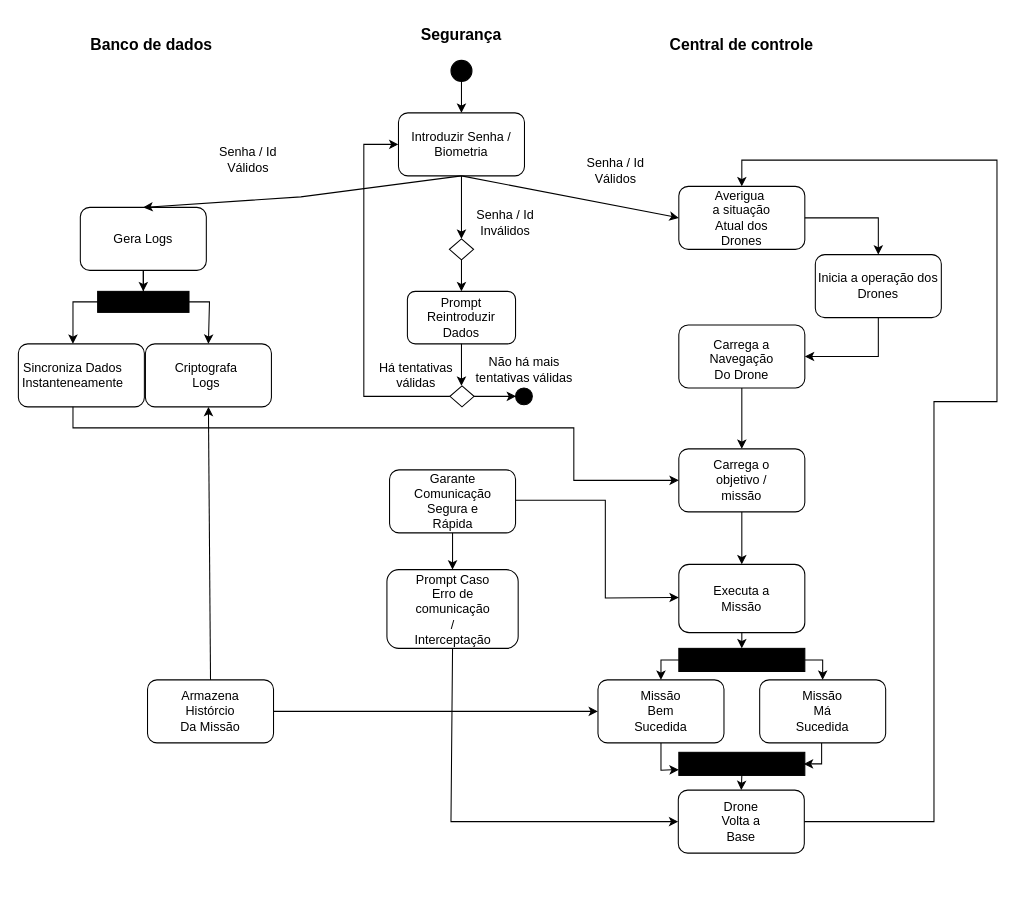
Before: Diagrama sem nome.drawio in GrupoProjeto021/UML-Classroom-FCI, a draw.io diagram. Source tidied: cells renumbered, new cells numbered last; positions are measured from the earlier drawing's top-left corner, leaving out a move shared by most shapes. Both pictures are drawn from the tidied source at 105%, with x=0, y=0 at pixel (18, 18).
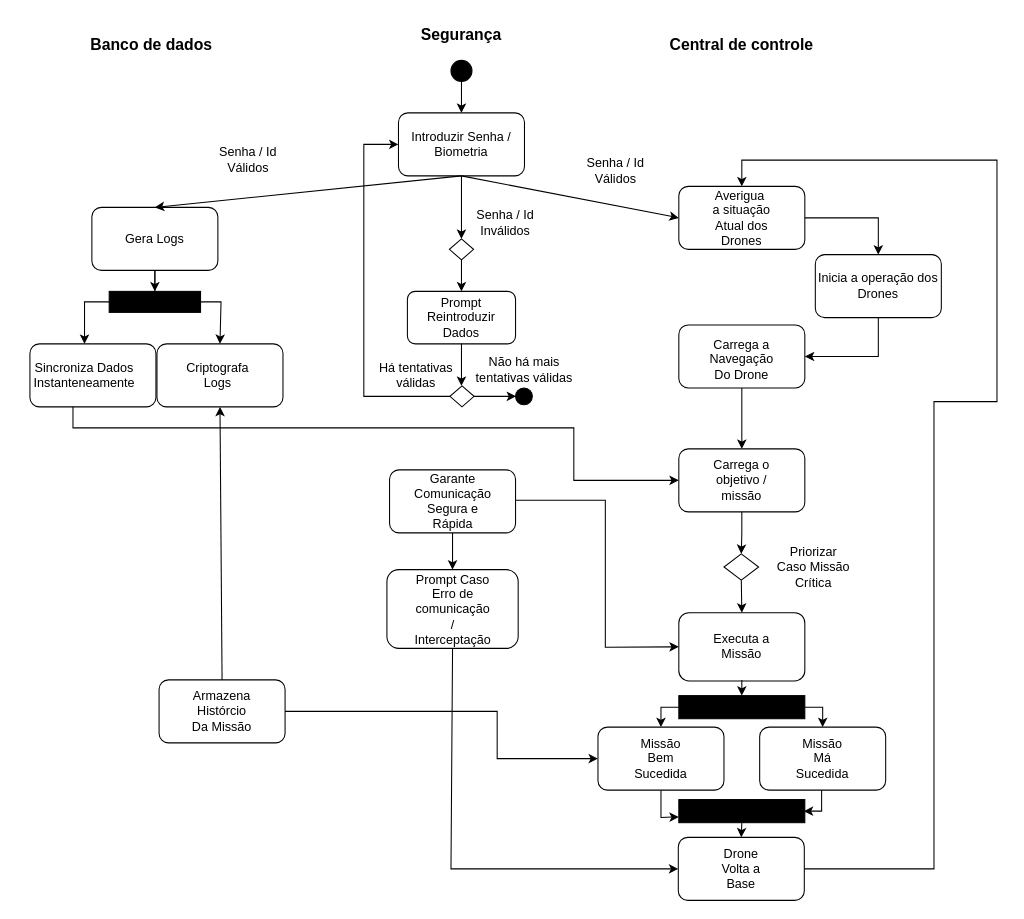
After the change.

Commit message:
Actualizar Diagrama de Atividades.drawio

The change refers to these unchanged cells:
```xml
<mxCell id="4" value="Introduzir Senha / Biometria" style="rounded=1;whiteSpace=wrap;html=1;" parent="1" vertex="1">
  <mxGeometry x="362" y="90" width="120" height="60" as="geometry" />
</mxCell>
<mxCell id="36" style="rounded=1;whiteSpace=wrap;html=1;" parent="1" vertex="1">
  <mxGeometry x="629" y="410" width="120" height="60" as="geometry" />
</mxCell>
<mxCell id="41" style="rounded=1;whiteSpace=wrap;html=1;" parent="1" vertex="1">
  <mxGeometry x="629" y="160" width="120" height="60" as="geometry" />
</mxCell>
<mxCell id="50" style="rounded=1;whiteSpace=wrap;html=1;" parent="1" vertex="1">
  <mxGeometry x="351" y="525" width="125" height="75" as="geometry" />
</mxCell>
```

The edit, as a diff of the source:
```diff
@@
     <mxCell id="9" style="rounded=1;whiteSpace=wrap;html=1;" parent="1" vertex="1">
-      <mxGeometry x="59" y="180" width="120" height="60" as="geometry" />
+      <mxGeometry x="70" y="180" width="120" height="60" as="geometry" />
     </mxCell>
     <mxCell id="10" value="Gera Logs" style="text;html=1;align=center;verticalAlign=middle;whiteSpace=wrap;rounded=0;" parent="1" vertex="1">
-      <mxGeometry x="89" y="195" width="60" height="30" as="geometry" />
+      <mxGeometry x="100" y="195" width="60" height="30" as="geometry" />
     </mxCell>
     <mxCell id="11" style="rounded=1;whiteSpace=wrap;html=1;" parent="1" vertex="1">
-      <mxGeometry x="121" y="310" width="120" height="60" as="geometry" />
+      <mxGeometry x="132" y="310" width="120" height="60" as="geometry" />
     </mxCell>
     <mxCell id="12" value="Criptografa Logs" style="text;html=1;align=center;verticalAlign=middle;whiteSpace=wrap;rounded=0;" parent="1" vertex="1">
-      <mxGeometry x="149" y="325" width="60" height="30" as="geometry" />
+      <mxGeometry x="160" y="325" width="60" height="30" as="geometry" />
     </mxCell>
     <mxCell id="13" style="rounded=1;whiteSpace=wrap;html=1;" parent="1" vertex="1">
-      <mxGeometry y="310" width="120" height="60" as="geometry" />
+      <mxGeometry x="11" y="310" width="120" height="60" as="geometry" />
     </mxCell>
@@
     <mxCell id="16" value="Sincroniza Dados Instanteneamente" style="text;html=1;align=center;verticalAlign=middle;whiteSpace=wrap;rounded=0;" parent="1" vertex="1">
-      <mxGeometry x="22" y="325" width="60" height="30" as="geometry" />
+      <mxGeometry x="33" y="325" width="60" height="30" as="geometry" />
     </mxCell>
     <mxCell id="17" style="endArrow=classic;html=1;rounded=0;exitX=0.5;exitY=1;exitDx=0;exitDy=0;entryX=0.5;entryY=0;entryDx=0;entryDy=0;" parent="1" edge="1" source="4" target="9">
-      <mxGeometry relative="1" as="geometry">
-        <Array as="points">
-          <mxPoint x="269" y="170" />
-        </Array>
-      </mxGeometry>
+      <mxGeometry relative="1" as="geometry" />
     </mxCell>
@@
     <mxCell id="33" style="endArrow=classic;html=1;rounded=0;exitX=0.5;exitY=1;exitDx=0;exitDy=0;entryX=0.5;entryY=0;entryDx=0;entryDy=0;" parent="1" edge="1" source="66">
       <mxGeometry relative="1" as="geometry">
-        <mxPoint x="52" y="310" as="targetPoint" />
+        <mxPoint x="63" y="310" as="targetPoint" />
         <Array as="points">
-          <mxPoint x="119" y="270" />
-          <mxPoint x="52" y="270" />
+          <mxPoint x="130" y="270" />
+          <mxPoint x="63" y="270" />
         </Array>
       </mxGeometry>
     </mxCell>
@@
+    <mxCell id="77" style="edgeStyle=orthogonalEdgeStyle;rounded=0;jettySize=auto;html=1;exitX=0.5;exitY=1;exitDx=0;exitDy=0;entryX=0.5;entryY=0;entryDx=0;entryDy=0;" parent="1" edge="1" source="36" target="79">
+      <mxGeometry relative="1" as="geometry" />
+    </mxCell>
@@
-    <mxCell id="39" style="endArrow=classic;html=1;rounded=0;exitX=0.5;exitY=1;exitDx=0;exitDy=0;entryX=0.5;entryY=0;entryDx=0;entryDy=0;" parent="1" edge="1" source="36" target="40">
-      <mxGeometry relative="1" as="geometry" />
-    </mxCell>
     <mxCell id="40" style="rounded=1;whiteSpace=wrap;html=1;" parent="1" vertex="1">
-      <mxGeometry x="629" y="520" width="120" height="65" as="geometry" />
+      <mxGeometry x="629" y="566" width="120" height="65" as="geometry" />
     </mxCell>
@@
     <mxCell id="46" value="Executa a Missão" style="text;html=1;align=center;verticalAlign=middle;whiteSpace=wrap;rounded=0;" parent="1" vertex="1">
-      <mxGeometry x="659" y="538" width="60" height="30" as="geometry" />
+      <mxGeometry x="659" y="583" width="60" height="30" as="geometry" />
     </mxCell>
@@
-    <mxCell id="49" style="endArrow=classic;html=1;rounded=0;exitX=1;exitY=0.5;exitDx=0;exitDy=0;entryX=0;entryY=0.5;entryDx=0;entryDy=0;" parent="1" edge="1">
+    <mxCell id="49" style="endArrow=classic;html=1;rounded=0;exitX=1;exitY=0.5;exitDx=0;exitDy=0;entryX=0;entryY=0.5;entryDx=0;entryDy=0;" parent="1" edge="1" target="40">
       <mxGeometry relative="1" as="geometry">
         <mxPoint x="473.5" y="459" as="sourcePoint" />
-        <mxPoint x="629" y="551.5" as="targetPoint" />
         <Array as="points">
           <mxPoint x="559" y="459" />
-          <mxPoint x="559" y="552" />
+          <mxPoint x="559" y="599" />
         </Array>
       </mxGeometry>
     </mxCell>
@@
     <mxCell id="53" style="rounded=1;whiteSpace=wrap;html=1;" parent="1" vertex="1">
-      <mxGeometry x="628.5" y="735" width="120" height="60" as="geometry" />
+      <mxGeometry x="628.5" y="780" width="120" height="60" as="geometry" />
     </mxCell>
     <mxCell id="54" value="Drone Volta a Base" style="text;html=1;align=center;verticalAlign=middle;whiteSpace=wrap;rounded=0;" parent="1" vertex="1">
-      <mxGeometry x="662" y="750" width="53" height="30" as="geometry" />
+      <mxGeometry x="662" y="795" width="53" height="30" as="geometry" />
     </mxCell>
     <mxCell id="55" style="endArrow=classic;html=1;rounded=0;exitX=0.5;exitY=1;exitDx=0;exitDy=0;entryX=0;entryY=0.5;entryDx=0;entryDy=0;" parent="1" edge="1" source="50" target="53">
       <mxGeometry relative="1" as="geometry">
         <Array as="points">
-          <mxPoint x="412" y="765" />
+          <mxPoint x="412" y="810" />
         </Array>
       </mxGeometry>
     </mxCell>
     <mxCell id="56" style="rounded=1;whiteSpace=wrap;html=1;" parent="1" vertex="1">
-      <mxGeometry x="552" y="630" width="120" height="60" as="geometry" />
+      <mxGeometry x="552" y="675" width="120" height="60" as="geometry" />
     </mxCell>
     <mxCell id="57" value="Missão Bem Sucedida" style="text;html=1;align=center;verticalAlign=middle;whiteSpace=wrap;rounded=0;" parent="1" vertex="1">
-      <mxGeometry x="582" y="645" width="60" height="30" as="geometry" />
+      <mxGeometry x="582" y="690" width="60" height="30" as="geometry" />
     </mxCell>
     <mxCell id="58" style="rounded=1;whiteSpace=wrap;html=1;" parent="1" vertex="1">
-      <mxGeometry x="706" y="630" width="120" height="60" as="geometry" />
+      <mxGeometry x="706" y="675" width="120" height="60" as="geometry" />
     </mxCell>
     <mxCell id="59" value="Missão&lt;br&gt;Má&lt;div&gt;Sucedida&lt;/div&gt;" style="text;html=1;align=center;verticalAlign=middle;whiteSpace=wrap;rounded=0;" parent="1" vertex="1">
-      <mxGeometry x="736" y="645" width="60" height="30" as="geometry" />
+      <mxGeometry x="736" y="690" width="60" height="30" as="geometry" />
     </mxCell>
     <mxCell id="60" style="rounded=1;whiteSpace=wrap;html=1;" parent="1" vertex="1">
-      <mxGeometry x="123" y="630" width="120" height="60" as="geometry" />
+      <mxGeometry x="134" y="630" width="120" height="60" as="geometry" />
     </mxCell>
     <mxCell id="61" value="Armazena Histórcio Da Missão" style="text;html=1;align=center;verticalAlign=middle;whiteSpace=wrap;rounded=0;" parent="1" vertex="1">
-      <mxGeometry x="153" y="645" width="60" height="30" as="geometry" />
+      <mxGeometry x="164" y="645" width="60" height="30" as="geometry" />
     </mxCell>
     <mxCell id="62" style="endArrow=classic;html=1;rounded=0;exitX=1;exitY=0.5;exitDx=0;exitDy=0;entryX=0;entryY=0.5;entryDx=0;entryDy=0;" parent="1" edge="1" source="60" target="56">
-      <mxGeometry relative="1" as="geometry" />
+      <mxGeometry relative="1" as="geometry">
+        <Array as="points">
+          <mxPoint x="456" y="660" />
+          <mxPoint x="456" y="705" />
+        </Array>
+      </mxGeometry>
     </mxCell>
     <mxCell id="63" style="endArrow=classic;html=1;rounded=0;exitX=1;exitY=0.5;exitDx=0;exitDy=0;entryX=0.5;entryY=0;entryDx=0;entryDy=0;" parent="1" edge="1" source="53" target="41">
       <mxGeometry relative="1" as="geometry">
         <Array as="points">
-          <mxPoint x="872" y="765" />
+          <mxPoint x="872" y="810" />
           <mxPoint x="872" y="365" />
           <mxPoint x="932" y="365" />
           <mxPoint x="932" y="135" />
           <mxPoint x="812" y="135" />
           <mxPoint x="689" y="135" />
         </Array>
       </mxGeometry>
     </mxCell>
     <mxCell id="64" style="endArrow=classic;html=1;rounded=0;exitX=0.5;exitY=1;exitDx=0;exitDy=0;entryX=0.5;entryY=0;entryDx=0;entryDy=0;" parent="1" edge="1" source="9" target="66">
       <mxGeometry relative="1" as="geometry">
         <Array as="points">
-          <mxPoint x="119" y="270" />
+          <mxPoint x="130" y="270" />
         </Array>
       </mxGeometry>
     </mxCell>
@@
     <mxCell id="66" style="rounded=0;whiteSpace=wrap;html=1;fillColor=#000000;" parent="1" vertex="1">
-      <mxGeometry x="75.5" y="260" width="87" height="20" as="geometry" />
+      <mxGeometry x="86.5" y="260" width="87" height="20" as="geometry" />
     </mxCell>
     <mxCell id="67" style="endArrow=classic;html=1;rounded=0;exitX=1;exitY=0.5;exitDx=0;exitDy=0;entryX=0.5;entryY=0;entryDx=0;entryDy=0;" parent="1" edge="1" source="66" target="11">
       <mxGeometry relative="1" as="geometry">
         <Array as="points">
-          <mxPoint x="182" y="270" />
+          <mxPoint x="193" y="270" />
         </Array>
       </mxGeometry>
     </mxCell>
     <mxCell id="68" style="rounded=0;whiteSpace=wrap;html=1;fillColor=#000000;" parent="1" vertex="1">
-      <mxGeometry x="629" y="600" width="120" height="22" as="geometry" />
+      <mxGeometry x="629" y="645" width="120" height="22" as="geometry" />
     </mxCell>
-    <mxCell id="69" style="endArrow=classic;html=1;rounded=0;exitX=0.5;exitY=1;exitDx=0;exitDy=0;entryX=0.5;entryY=0;entryDx=0;entryDy=0;" parent="1" edge="1" source="40" target="68">
-      <mxGeometry relative="1" as="geometry" />
+    <mxCell id="69" style="endArrow=classic;html=1;rounded=0;exitX=0.5;exitY=1;exitDx=0;exitDy=0;entryX=0.5;entryY=0;entryDx=0;entryDy=0;" parent="1" edge="1" target="68">
+      <mxGeometry relative="1" as="geometry">
+        <mxPoint x="689" y="630" as="sourcePoint" />
+      </mxGeometry>
     </mxCell>
     <mxCell id="70" style="endArrow=classic;html=1;rounded=0;exitX=0;exitY=0.5;exitDx=0;exitDy=0;entryX=0.5;entryY=0;entryDx=0;entryDy=0;" parent="1" edge="1" source="68" target="56">
       <mxGeometry relative="1" as="geometry">
         <Array as="points">
-          <mxPoint x="612" y="611" />
+          <mxPoint x="612" y="656" />
         </Array>
       </mxGeometry>
     </mxCell>
     <mxCell id="71" style="endArrow=classic;html=1;rounded=0;exitX=1;exitY=0.5;exitDx=0;exitDy=0;entryX=0.5;entryY=0;entryDx=0;entryDy=0;" parent="1" edge="1" source="68" target="58">
       <mxGeometry relative="1" as="geometry">
         <Array as="points">
-          <mxPoint x="766" y="611" />
+          <mxPoint x="766" y="656" />
         </Array>
       </mxGeometry>
     </mxCell>
@@
     <mxCell id="73" style="rounded=0;whiteSpace=wrap;html=1;fillColor=#000000;" parent="1" vertex="1">
-      <mxGeometry x="629" y="699" width="120" height="22" as="geometry" />
+      <mxGeometry x="629" y="744" width="120" height="22" as="geometry" />
     </mxCell>
     <mxCell id="74" style="endArrow=classic;html=1;rounded=0;exitX=0.5;exitY=1;exitDx=0;exitDy=0;entryX=0;entryY=0.75;entryDx=0;entryDy=0;" parent="1" edge="1" source="56" target="73">
       <mxGeometry relative="1" as="geometry">
         <Array as="points">
-          <mxPoint x="612" y="716" />
+          <mxPoint x="612" y="761" />
         </Array>
       </mxGeometry>
     </mxCell>
     <mxCell id="75" style="endArrow=classic;html=1;rounded=0;exitX=0.5;exitY=1;exitDx=0;exitDy=0;entryX=1;entryY=0.5;entryDx=0;entryDy=0;" parent="1" edge="1">
       <mxGeometry relative="1" as="geometry">
-        <mxPoint x="765" y="690" as="sourcePoint" />
-        <mxPoint x="748" y="710" as="targetPoint" />
+        <mxPoint x="765" y="735" as="sourcePoint" />
+        <mxPoint x="748" y="755" as="targetPoint" />
         <Array as="points">
-          <mxPoint x="765" y="710" />
+          <mxPoint x="765" y="755" />
         </Array>
       </mxGeometry>
     </mxCell>
@@
+    <mxCell id="78" style="edgeStyle=orthogonalEdgeStyle;rounded=0;jettySize=auto;html=1;exitX=0.5;exitY=1;exitDx=0;exitDy=0;entryX=0.5;entryY=0;entryDx=0;entryDy=0;" parent="1" edge="1" source="79" target="40">
+      <mxGeometry relative="1" as="geometry" />
+    </mxCell>
+    <mxCell id="79" style="rhombus;whiteSpace=wrap;html=1;" parent="1" vertex="1">
+      <mxGeometry x="672" y="510" width="33" height="25" as="geometry" />
+    </mxCell>
+    <mxCell id="80" value="Priorizar Caso Missão Crítica" style="text;html=1;align=center;verticalAlign=middle;whiteSpace=wrap;rounded=0;" parent="1" vertex="1">
+      <mxGeometry x="719" y="500" width="77" height="45" as="geometry" />
+    </mxCell>
```
